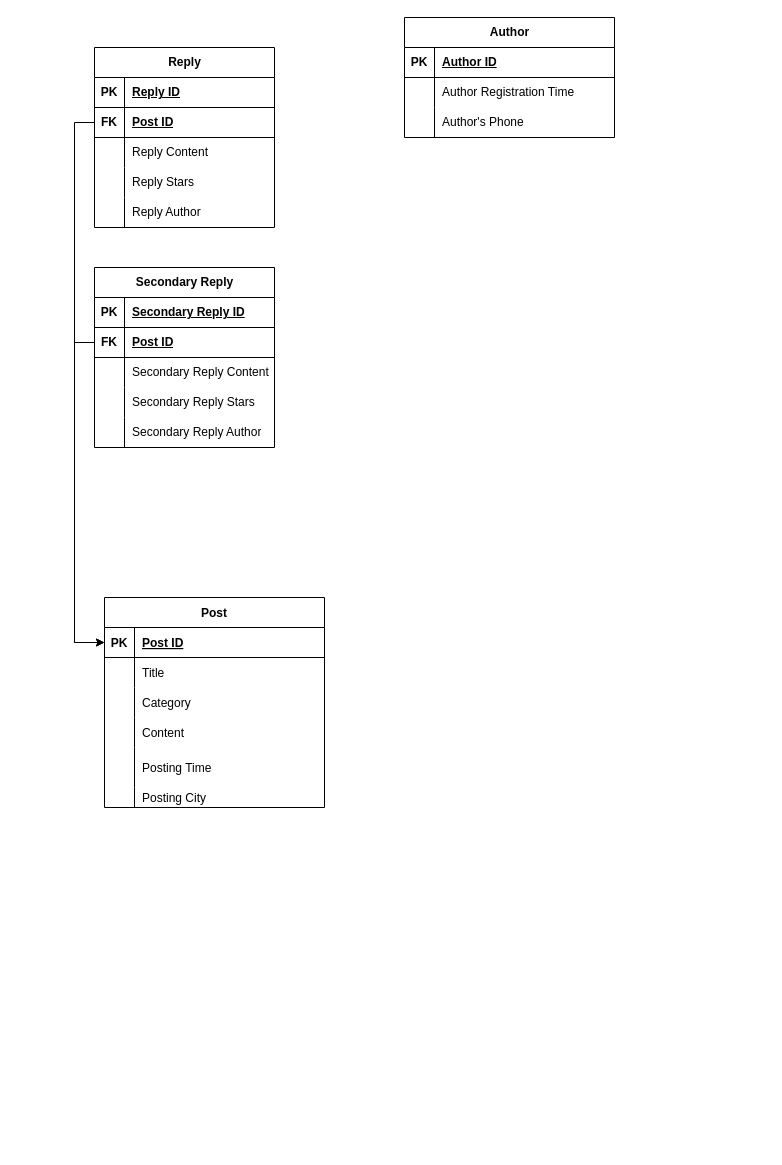
This is page "第 2 页" (2 of 2) of ER图.drawio from LN57421/CS307-DataBase, a draw.io file, before an edit. Source tidied: cells renumbered, new cells numbered last; positions are measured from the earlier drawing's top-left corner, leaving out a move shared by most shapes. Both pictures are drawn from the tidied source at 100%, with x=0, y=0 at pixel (94, 17).
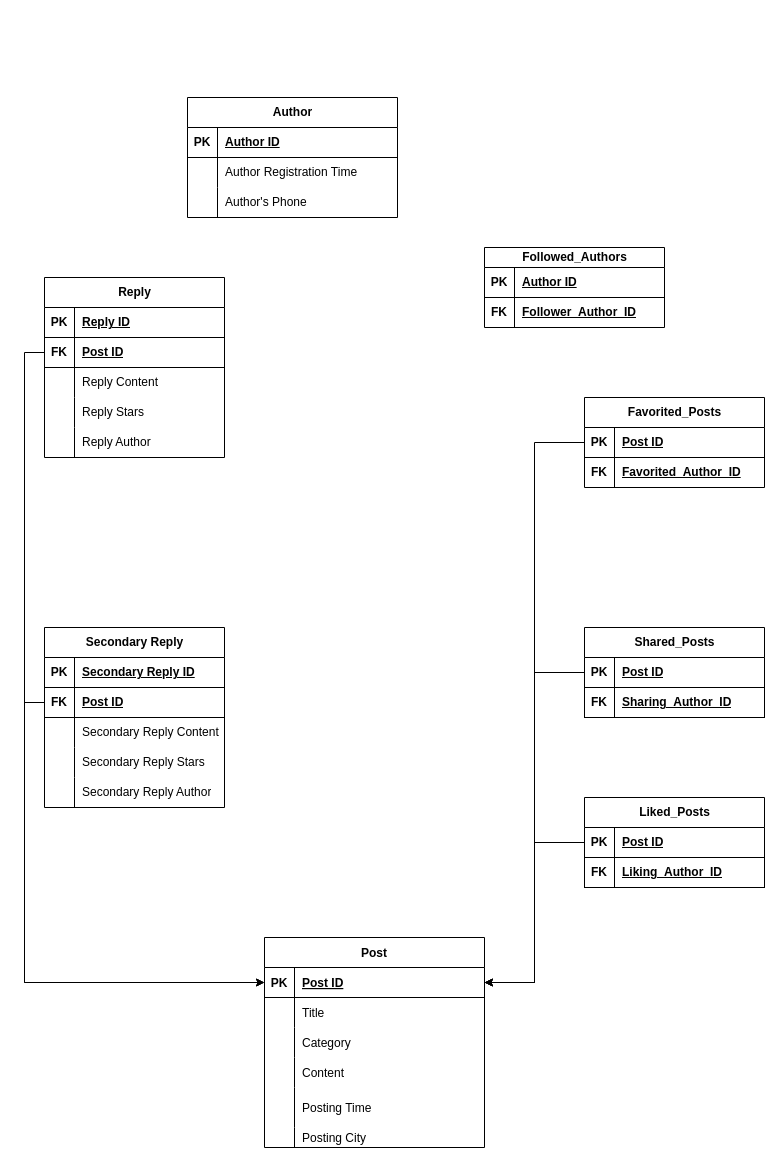
Above is the later version.

The change refers to these unchanged cells:
```xml
<mxCell id="3" style="shape=partialRectangle;fillColor=none;points=[[0,0.5],[1,0.5]];portConstraint=eastwest;top=0;left=0;right=0;bottom=1;" parent="2" vertex="1">
  <mxGeometry y="30" width="220" height="30" as="geometry" />
</mxCell>
```

The edit, as a diff of the source:
```diff
@@
     <mxCell id="2" value="Post" style="shape=table;startSize=30;childLayout=tableLayout;rowLines=0;fontStyle=1;align=center;" parent="1" vertex="1">
-      <mxGeometry x="10" y="580" width="220" height="210" as="geometry" />
+      <mxGeometry x="170" y="920" width="220" height="210" as="geometry" />
     </mxCell>
@@
     <mxCell id="21" value="Author" style="shape=table;startSize=30;childLayout=tableLayout;rowLines=0;fontStyle=1;align=center;html=1;" parent="1" vertex="1">
-      <mxGeometry x="310" width="210" height="120" as="geometry" />
+      <mxGeometry x="93" y="80" width="210" height="120" as="geometry" />
     </mxCell>
@@
     <mxCell id="31" value="Reply" style="shape=table;startSize=30;childLayout=tableLayout;rowLines=0;fontStyle=1;align=center;html=1;" parent="1" vertex="1">
-      <mxGeometry y="30" width="180" height="180" as="geometry" />
+      <mxGeometry x="-50" y="260" width="180" height="180" as="geometry" />
     </mxCell>
@@
     <mxCell id="47" value="Secondary Reply" style="shape=table;startSize=30;childLayout=tableLayout;rowLines=0;fontStyle=1;align=center;html=1;" parent="1" vertex="1">
-      <mxGeometry y="250" width="180" height="180" as="geometry" />
+      <mxGeometry x="-50" y="610" width="180" height="180" as="geometry" />
     </mxCell>
@@
+    <mxCell id="65" value="Followed_Authors" style="shape=table;startSize=20;childLayout=tableLayout;rowLines=0;fontStyle=1;align=center;html=1;" parent="1" vertex="1">
+      <mxGeometry x="390" y="230" width="180" height="80" as="geometry" />
+    </mxCell>
+    <mxCell id="66" style="shape=tableRow;horizontal=0;startSize=0;swimlaneHead=0;swimlaneBody=0;fillColor=none;top=0;left=0;right=0;bottom=1;" parent="65" vertex="1">
+      <mxGeometry y="20" width="180" height="30" as="geometry" />
+    </mxCell>
+    <mxCell id="67" value="PK" style="shape=partialRectangle;fillColor=none;top=0;left=0;bottom=0;right=0;fontStyle=1;overflow=hidden;whiteSpace=wrap;html=1;" parent="66" vertex="1">
+      <mxGeometry width="30" height="30" as="geometry" />
+    </mxCell>
+    <mxCell id="68" value="Author ID" style="shape=partialRectangle;fillColor=none;top=0;left=0;bottom=0;right=0;align=left;spacingLeft=6;fontStyle=5;overflow=hidden;whiteSpace=wrap;html=1;" parent="66" vertex="1">
+      <mxGeometry x="30" width="150" height="30" as="geometry" />
+    </mxCell>
+    <mxCell id="69" style="shape=tableRow;horizontal=0;startSize=0;swimlaneHead=0;swimlaneBody=0;fillColor=none;top=0;left=0;right=0;bottom=0;" parent="65" vertex="1">
+      <mxGeometry y="50" width="180" height="30" as="geometry" />
+    </mxCell>
+    <mxCell id="70" value="&lt;b&gt;FK&lt;/b&gt;" style="shape=partialRectangle;fillColor=none;top=0;left=0;bottom=0;right=0;overflow=hidden;whiteSpace=wrap;html=1;" parent="69" vertex="1">
+      <mxGeometry width="30" height="30" as="geometry" />
+    </mxCell>
+    <mxCell id="71" value="&lt;u&gt;&lt;b&gt;Follower_Author_ID&lt;/b&gt;&lt;/u&gt;" style="shape=partialRectangle;fillColor=none;top=0;left=0;bottom=0;right=0;align=left;spacingLeft=6;overflow=hidden;whiteSpace=wrap;html=1;" parent="69" vertex="1">
+      <mxGeometry x="30" width="150" height="30" as="geometry" />
+    </mxCell>
+    <mxCell id="72" value="Favorited_Posts" style="shape=table;startSize=30;childLayout=tableLayout;rowLines=0;fontStyle=1;align=center;html=1;" parent="1" vertex="1">
+      <mxGeometry x="490" y="380" width="180" height="90" as="geometry" />
+    </mxCell>
+    <mxCell id="73" style="shape=tableRow;horizontal=0;startSize=0;swimlaneHead=0;swimlaneBody=0;fillColor=none;points=[[0,0.5],[1,0.5]];portConstraint=eastwest;top=0;left=0;right=0;bottom=1;" parent="72" vertex="1">
+      <mxGeometry y="30" width="180" height="30" as="geometry" />
+    </mxCell>
+    <mxCell id="74" value="PK" style="shape=partialRectangle;fillColor=none;top=0;left=0;bottom=0;right=0;fontStyle=1;overflow=hidden;whiteSpace=wrap;html=1;" parent="73" vertex="1">
+      <mxGeometry width="30" height="30" as="geometry" />
+    </mxCell>
+    <mxCell id="75" value="Post ID" style="shape=partialRectangle;fillColor=none;top=0;left=0;bottom=0;right=0;align=left;spacingLeft=6;fontStyle=5;overflow=hidden;whiteSpace=wrap;html=1;" parent="73" vertex="1">
+      <mxGeometry x="30" width="150" height="30" as="geometry" />
+    </mxCell>
+    <mxCell id="76" style="shape=tableRow;horizontal=0;startSize=0;swimlaneHead=0;swimlaneBody=0;fillColor=none;top=0;left=0;right=0;bottom=0;" parent="72" vertex="1">
+      <mxGeometry y="60" width="180" height="30" as="geometry" />
+    </mxCell>
+    <mxCell id="77" value="&lt;b&gt;FK&lt;/b&gt;" style="shape=partialRectangle;fillColor=none;top=0;left=0;bottom=0;right=0;overflow=hidden;whiteSpace=wrap;html=1;" parent="76" vertex="1">
+      <mxGeometry width="30" height="30" as="geometry" />
+    </mxCell>
+    <mxCell id="78" value="&lt;b&gt;&lt;u&gt;Favorited_Author_ID&lt;/u&gt;&lt;/b&gt;" style="shape=partialRectangle;fillColor=none;top=0;left=0;bottom=0;right=0;align=left;spacingLeft=6;overflow=hidden;whiteSpace=wrap;html=1;" parent="76" vertex="1">
+      <mxGeometry x="30" width="150" height="30" as="geometry" />
+    </mxCell>
+    <mxCell id="79" value="Liked_Posts" style="shape=table;startSize=30;childLayout=tableLayout;rowLines=0;fontStyle=1;align=center;html=1;" parent="1" vertex="1">
+      <mxGeometry x="490" y="780" width="180" height="90" as="geometry" />
+    </mxCell>
+    <mxCell id="80" style="shape=tableRow;horizontal=0;startSize=0;swimlaneHead=0;swimlaneBody=0;fillColor=none;points=[[0,0.5],[1,0.5]];portConstraint=eastwest;top=0;left=0;right=0;bottom=1;" parent="79" vertex="1">
+      <mxGeometry y="30" width="180" height="30" as="geometry" />
+    </mxCell>
+    <mxCell id="81" value="PK" style="shape=partialRectangle;fillColor=none;top=0;left=0;bottom=0;right=0;fontStyle=1;overflow=hidden;whiteSpace=wrap;html=1;" parent="80" vertex="1">
+      <mxGeometry width="30" height="30" as="geometry" />
+    </mxCell>
+    <mxCell id="82" value="Post ID" style="shape=partialRectangle;fillColor=none;top=0;left=0;bottom=0;right=0;align=left;spacingLeft=6;fontStyle=5;overflow=hidden;whiteSpace=wrap;html=1;" parent="80" vertex="1">
+      <mxGeometry x="30" width="150" height="30" as="geometry" />
+    </mxCell>
+    <mxCell id="83" style="shape=tableRow;horizontal=0;startSize=0;swimlaneHead=0;swimlaneBody=0;fillColor=none;top=0;left=0;right=0;bottom=1;" parent="79" vertex="1">
+      <mxGeometry y="60" width="180" height="30" as="geometry" />
+    </mxCell>
+    <mxCell id="84" value="FK" style="shape=partialRectangle;fillColor=none;top=0;left=0;bottom=0;right=0;fontStyle=1;overflow=hidden;whiteSpace=wrap;html=1;" parent="83" vertex="1">
+      <mxGeometry width="30" height="30" as="geometry" />
+    </mxCell>
+    <mxCell id="85" value="Liking_Author_ID" style="shape=partialRectangle;fillColor=none;top=0;left=0;bottom=0;right=0;align=left;spacingLeft=6;fontStyle=5;overflow=hidden;whiteSpace=wrap;html=1;" parent="83" vertex="1">
+      <mxGeometry x="30" width="150" height="30" as="geometry" />
+    </mxCell>
+    <mxCell id="86" value="Shared_Posts" style="shape=table;startSize=30;childLayout=tableLayout;rowLines=0;fontStyle=1;align=center;html=1;" parent="1" vertex="1">
+      <mxGeometry x="490" y="610" width="180" height="90" as="geometry" />
+    </mxCell>
+    <mxCell id="87" style="shape=tableRow;horizontal=0;startSize=0;swimlaneHead=0;swimlaneBody=0;fillColor=none;points=[[0,0.5],[1,0.5]];portConstraint=eastwest;top=0;left=0;right=0;bottom=1;" parent="86" vertex="1">
+      <mxGeometry y="30" width="180" height="30" as="geometry" />
+    </mxCell>
+    <mxCell id="88" value="PK" style="shape=partialRectangle;fillColor=none;top=0;left=0;bottom=0;right=0;fontStyle=1;overflow=hidden;whiteSpace=wrap;html=1;" parent="87" vertex="1">
+      <mxGeometry width="30" height="30" as="geometry" />
+    </mxCell>
+    <mxCell id="89" value="Post ID" style="shape=partialRectangle;fillColor=none;top=0;left=0;bottom=0;right=0;align=left;spacingLeft=6;fontStyle=5;overflow=hidden;whiteSpace=wrap;html=1;" parent="87" vertex="1">
+      <mxGeometry x="30" width="150" height="30" as="geometry" />
+    </mxCell>
+    <mxCell id="90" style="shape=tableRow;horizontal=0;startSize=0;swimlaneHead=0;swimlaneBody=0;fillColor=none;top=0;left=0;right=0;bottom=1;" parent="86" vertex="1">
+      <mxGeometry y="60" width="180" height="30" as="geometry" />
+    </mxCell>
+    <mxCell id="91" value="FK" style="shape=partialRectangle;fillColor=none;top=0;left=0;bottom=0;right=0;fontStyle=1;overflow=hidden;whiteSpace=wrap;html=1;" parent="90" vertex="1">
+      <mxGeometry width="30" height="30" as="geometry" />
+    </mxCell>
+    <mxCell id="92" value="Sharing_Author_ID" style="shape=partialRectangle;fillColor=none;top=0;left=0;bottom=0;right=0;align=left;spacingLeft=6;fontStyle=5;overflow=hidden;whiteSpace=wrap;html=1;" parent="90" vertex="1">
+      <mxGeometry x="30" width="150" height="30" as="geometry" />
+    </mxCell>
+    <mxCell id="93" style="edgeStyle=orthogonalEdgeStyle;rounded=0;jettySize=auto;html=1;exitX=0;exitY=0.5;exitDx=0;exitDy=0;entryX=1;entryY=0.5;entryDx=0;entryDy=0;" parent="1" edge="1" source="80" target="3">
+      <mxGeometry relative="1" as="geometry" />
+    </mxCell>
+    <mxCell id="94" style="edgeStyle=orthogonalEdgeStyle;rounded=0;jettySize=auto;html=1;exitX=0;exitY=0.5;exitDx=0;exitDy=0;entryX=1;entryY=0.5;entryDx=0;entryDy=0;" parent="1" edge="1" source="87" target="3">
+      <mxGeometry relative="1" as="geometry" />
+    </mxCell>
+    <mxCell id="95" style="edgeStyle=orthogonalEdgeStyle;rounded=0;jettySize=auto;html=1;exitX=0;exitY=0.5;exitDx=0;exitDy=0;entryX=1;entryY=0.5;entryDx=0;entryDy=0;" parent="1" edge="1" source="73" target="3">
+      <mxGeometry relative="1" as="geometry" />
+    </mxCell>
```
